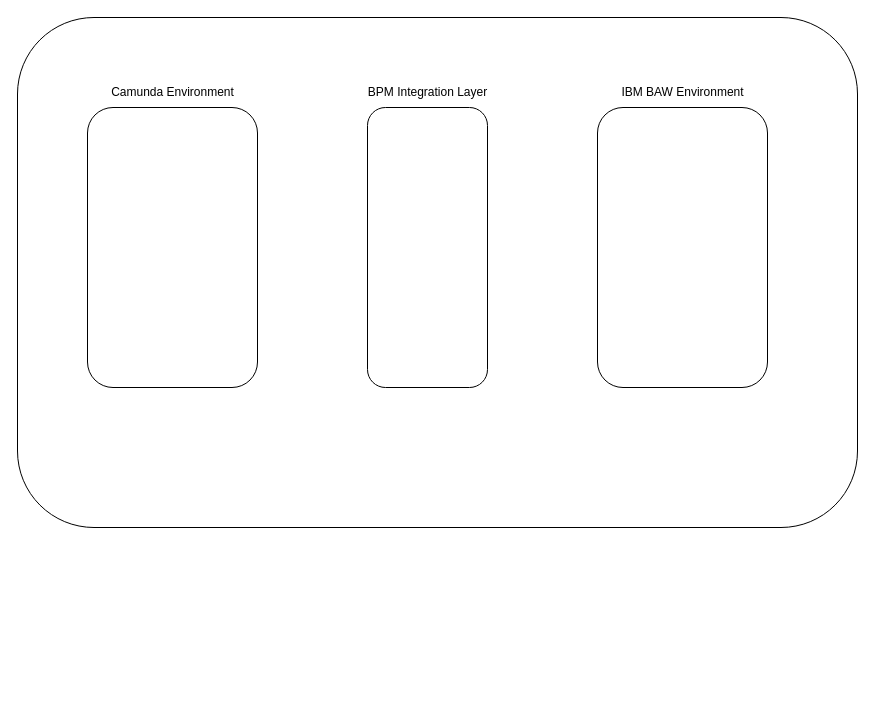
Before: RJ-Architecture.drawio in namanchopra21087/design-documents, a draw.io diagram. Source tidied: cells renumbered, new cells numbered last; positions are measured from the earlier drawing's top-left corner, leaving out a move shared by most shapes. Both pictures are drawn from the tidied source at 100%, with x=0, y=0 at pixel (17, 17). Pictures stored in the file or linked from it are replaced by grey dashed boxes.
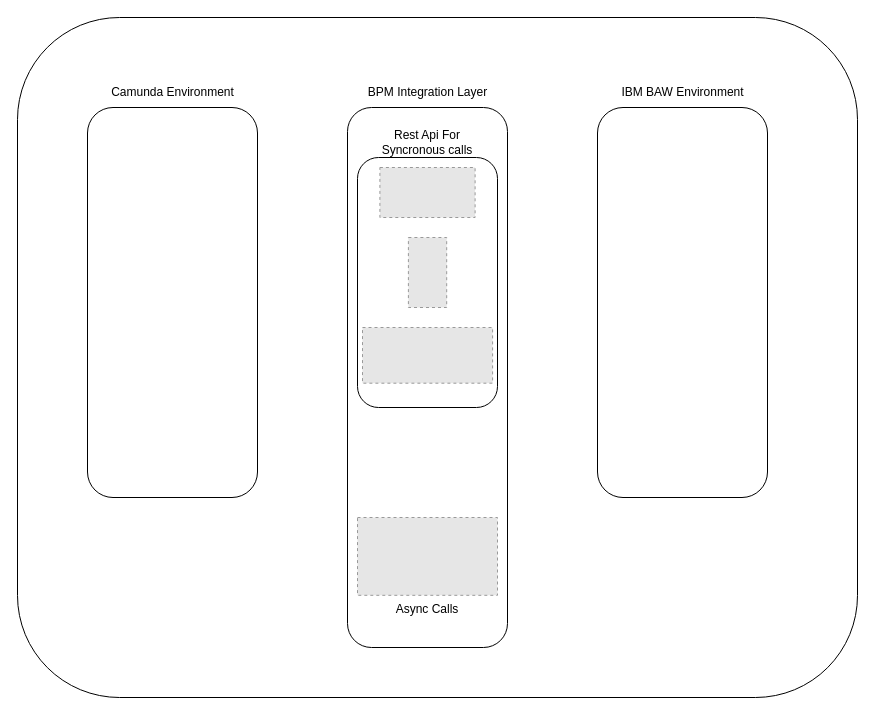
The same diagram, later.

The edit, as a diff of the source:
```diff
@@
 <mxGraphModel>
   <root>
     <mxCell id="0" />
     <mxCell id="1" parent="0" />
     <mxCell id="2" style="rounded=1;whiteSpace=wrap;html=1;" parent="1" vertex="1">
-      <mxGeometry width="840" height="510" as="geometry" />
+      <mxGeometry width="840" height="680" as="geometry" />
     </mxCell>
     <mxCell id="3" style="rounded=1;whiteSpace=wrap;html=1;" parent="1" vertex="1">
-      <mxGeometry x="70" y="90" width="170" height="280" as="geometry" />
+      <mxGeometry x="70" y="90" width="170" height="390" as="geometry" />
     </mxCell>
     <mxCell id="4" value="Camunda Environment" style="text;html=1;align=center;verticalAlign=middle;strokeColor=none;fillColor=none;" parent="1" vertex="1">
       <mxGeometry x="80" y="60" width="150" height="30" as="geometry" />
     </mxCell>
     <mxCell id="5" style="rounded=1;whiteSpace=wrap;html=1;" parent="1" vertex="1">
-      <mxGeometry x="580" y="90" width="170" height="280" as="geometry" />
+      <mxGeometry x="580" y="90" width="170" height="390" as="geometry" />
     </mxCell>
     <mxCell id="6" value="IBM BAW Environment" style="text;html=1;align=center;verticalAlign=middle;strokeColor=none;fillColor=none;" parent="1" vertex="1">
       <mxGeometry x="590" y="60" width="150" height="30" as="geometry" />
     </mxCell>
     <mxCell id="7" style="rounded=1;whiteSpace=wrap;html=1;" parent="1" vertex="1">
-      <mxGeometry x="350" y="90" width="120" height="280" as="geometry" />
+      <mxGeometry x="330" y="90" width="160" height="540" as="geometry" />
     </mxCell>
     <mxCell id="8" value="BPM Integration Layer" style="text;html=1;align=center;verticalAlign=middle;strokeColor=none;fillColor=none;" parent="1" vertex="1">
       <mxGeometry x="340" y="60" width="140" height="30" as="geometry" />
     </mxCell>
+    <mxCell id="9" style="rounded=1;whiteSpace=wrap;html=1;" parent="1" vertex="1">
+      <mxGeometry x="340" y="140" width="140" height="250" as="geometry" />
+    </mxCell>
+    <mxCell id="10" style="fillColor=#E6E6E6;strokeColor=#999999;dashed=1;verticalLabelPosition=bottom;labelBackgroundColor=default;verticalAlign=top;" parent="1" vertex="1">
+      <mxGeometry x="390.9" y="220" width="38.3" height="70" as="geometry" />
+    </mxCell>
+    <mxCell id="11" style="fillColor=#E6E6E6;strokeColor=#999999;dashed=1;verticalLabelPosition=bottom;labelBackgroundColor=default;verticalAlign=top;" parent="1" vertex="1">
+      <mxGeometry x="345" y="310" width="130.1" height="55.7" as="geometry" />
+    </mxCell>
+    <mxCell id="12" style="fillColor=#E6E6E6;strokeColor=#999999;dashed=1;verticalLabelPosition=bottom;labelBackgroundColor=default;verticalAlign=top;" parent="1" vertex="1">
+      <mxGeometry x="362.4" y="150" width="95.2" height="50" as="geometry" />
+    </mxCell>
+    <mxCell id="13" value="Rest Api For &lt;br&gt;Syncronous calls" style="text;html=1;align=center;verticalAlign=middle;whiteSpace=wrap;rounded=0;" parent="1" vertex="1">
+      <mxGeometry x="360" y="110" width="100" height="30" as="geometry" />
+    </mxCell>
+    <mxCell id="14" value="Async Calls" style="fillColor=#E6E6E6;strokeColor=#999999;dashed=1;verticalLabelPosition=bottom;labelBackgroundColor=default;verticalAlign=top;" parent="1" vertex="1">
+      <mxGeometry x="340" y="500" width="140" height="77.8" as="geometry" />
+    </mxCell>
   </root>
 </mxGraphModel>
```
